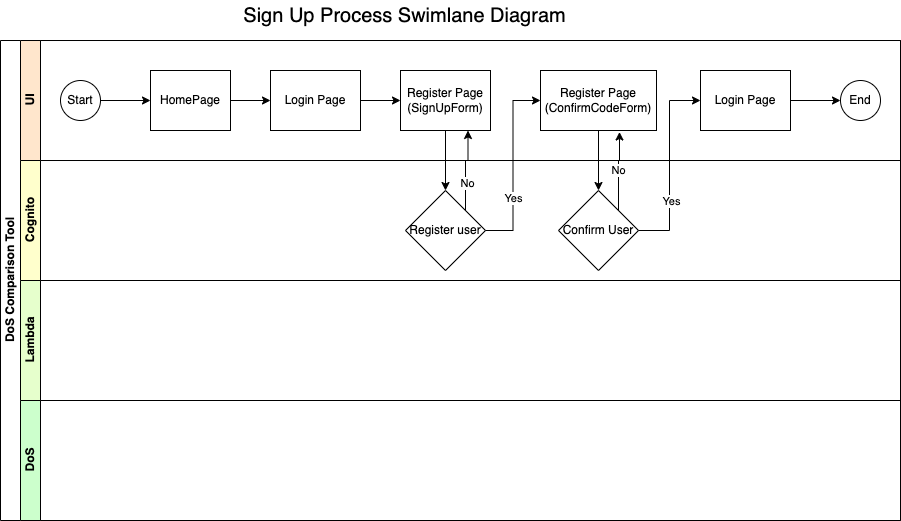
This is documentation/diagrams/processes/Sign-Up-Process.drawio.png from nhsd-exeter/dos-comparison-tool, a draw.io export, as it was before one commit. Source tidied: cells renumbered, new cells last; positions are measured from the earlier drawing's top-left corner, leaving out a move shared by most shapes.
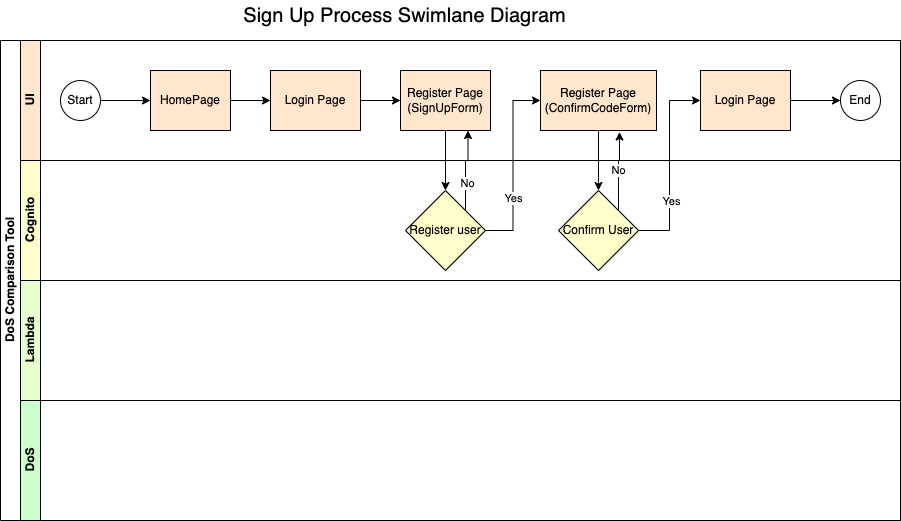
After the change.

Diff of the diagram source:
```diff
@@ -17,37 +17,37 @@
     <mxCell id="6" style="edgeStyle=orthogonalEdgeStyle;rounded=0;html=1;" parent="3" edge="1" source="7" target="11">
       <mxGeometry relative="1" as="geometry" />
     </mxCell>
-    <mxCell id="7" value="HomePage" style="rounded=0;whiteSpace=wrap;html=1;fontFamily=Helvetica;fontSize=12;fontColor=#000000;align=center;flipH=1;" parent="3" vertex="1">
+    <mxCell id="7" value="HomePage" style="rounded=0;whiteSpace=wrap;html=1;fontFamily=Helvetica;fontSize=12;fontColor=#000000;align=center;flipH=1;fillColor=#FFE6CC;" parent="3" vertex="1">
       <mxGeometry x="130" y="30" width="80" height="60" as="geometry" />
     </mxCell>
-    <mxCell id="8" value="Register Page (SignUpForm)" style="rounded=0;whiteSpace=wrap;html=1;fontFamily=Helvetica;fontSize=12;fontColor=#000000;align=center;flipH=1;" parent="3" vertex="1">
+    <mxCell id="8" value="Register Page (SignUpForm)" style="rounded=0;whiteSpace=wrap;html=1;fontFamily=Helvetica;fontSize=12;fontColor=#000000;align=center;flipH=1;fillColor=#FFE6CC;" parent="3" vertex="1">
       <mxGeometry x="380" y="30" width="90" height="60" as="geometry" />
     </mxCell>
-    <mxCell id="9" value="Register Page (ConfirmCodeForm)" style="rounded=0;whiteSpace=wrap;html=1;fontFamily=Helvetica;fontSize=12;fontColor=#000000;align=center;flipH=1;" parent="3" vertex="1">
+    <mxCell id="9" value="Register Page (ConfirmCodeForm)" style="rounded=0;whiteSpace=wrap;html=1;fontFamily=Helvetica;fontSize=12;fontColor=#000000;align=center;flipH=1;fillColor=#FFE6CC;" parent="3" vertex="1">
       <mxGeometry x="520" y="30" width="116" height="60" as="geometry" />
     </mxCell>
     <mxCell id="10" style="edgeStyle=orthogonalEdgeStyle;rounded=0;html=1;" parent="3" edge="1" source="11" target="8">
       <mxGeometry relative="1" as="geometry" />
     </mxCell>
-    <mxCell id="11" value="Login Page" style="rounded=0;whiteSpace=wrap;html=1;fontFamily=Helvetica;fontSize=12;fontColor=#000000;align=center;flipH=1;" parent="3" vertex="1">
+    <mxCell id="11" value="Login Page" style="rounded=0;whiteSpace=wrap;html=1;fontFamily=Helvetica;fontSize=12;fontColor=#000000;align=center;flipH=1;fillColor=#FFE6CC;" parent="3" vertex="1">
       <mxGeometry x="250" y="30" width="90" height="60" as="geometry" />
     </mxCell>
     <mxCell id="12" style="edgeStyle=orthogonalEdgeStyle;rounded=0;html=1;" parent="3" edge="1" source="13" target="14">
       <mxGeometry relative="1" as="geometry" />
     </mxCell>
-    <mxCell id="13" value="Login Page" style="rounded=0;whiteSpace=wrap;html=1;fontFamily=Helvetica;fontSize=12;fontColor=#000000;align=center;flipH=1;" parent="3" vertex="1">
+    <mxCell id="13" value="Login Page" style="rounded=0;whiteSpace=wrap;html=1;fontFamily=Helvetica;fontSize=12;fontColor=#000000;align=center;flipH=1;fillColor=#FFE6CC;" parent="3" vertex="1">
       <mxGeometry x="680" y="30" width="90" height="60" as="geometry" />
     </mxCell>
-    <mxCell id="14" value="End" style="ellipse;whiteSpace=wrap;html=1;flipH=1;" parent="3" vertex="1">
+    <mxCell id="14" value="End" style="ellipse;whiteSpace=wrap;html=1;flipH=1;fillColor=#FFFFFF;" parent="3" vertex="1">
       <mxGeometry x="820" y="40" width="40" height="40" as="geometry" />
     </mxCell>
     <mxCell id="15" value="Cognito" style="swimlane;html=1;startSize=20;horizontal=0;fillColor=#FFFFCC;" parent="2" vertex="1">
       <mxGeometry x="20" y="120" width="880" height="120" as="geometry" />
     </mxCell>
-    <mxCell id="16" value="&lt;span&gt;Register user&lt;/span&gt;" style="rhombus;whiteSpace=wrap;html=1;" parent="15" vertex="1">
+    <mxCell id="16" value="&lt;span&gt;Register user&lt;/span&gt;" style="rhombus;whiteSpace=wrap;html=1;fillColor=#FFFFCC;" parent="15" vertex="1">
       <mxGeometry x="385" y="30" width="80" height="80" as="geometry" />
     </mxCell>
-    <mxCell id="17" value="&lt;span&gt;Confirm User&lt;/span&gt;" style="rhombus;whiteSpace=wrap;html=1;" parent="15" vertex="1">
+    <mxCell id="17" value="&lt;span&gt;Confirm User&lt;/span&gt;" style="rhombus;whiteSpace=wrap;html=1;fillColor=#FFFFCC;" parent="15" vertex="1">
       <mxGeometry x="538" y="30" width="80" height="80" as="geometry" />
     </mxCell>
     <mxCell id="18" value="Lambda" style="swimlane;html=1;startSize=20;horizontal=0;fillColor=#E6FFCC;" parent="2" vertex="1">
```
